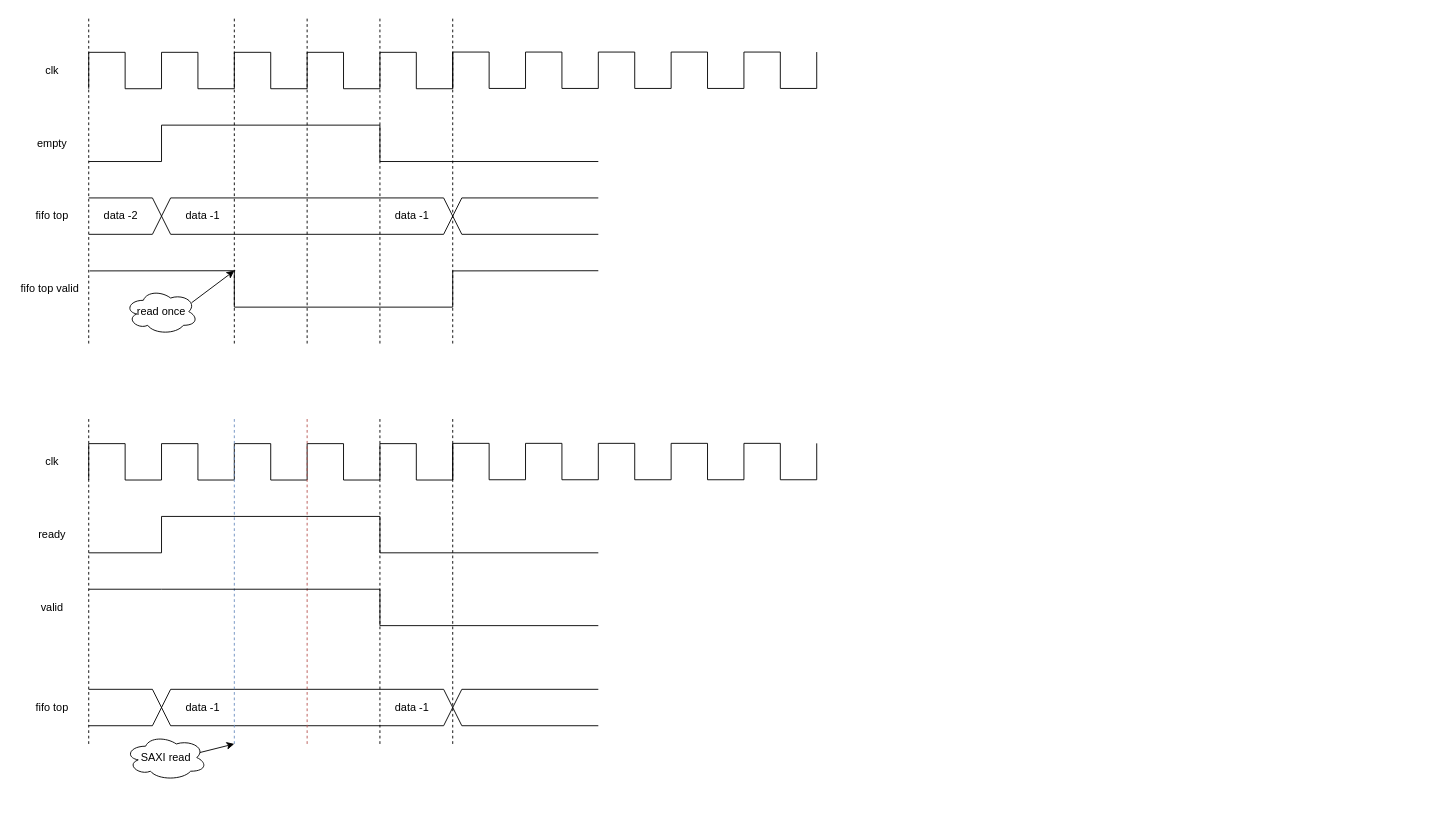
georgia-tech-synergy-lab/AcceleratorNoC keeps this draw.io diagram as page "FIFO control" (2 of 2) of presentation/diagram/diagram.drawio. Above is the earlier version. Source tidied: cells renumbered, new cells numbered last; positions are measured from the earlier drawing's top-left corner, leaving out a move shared by most shapes. Both pictures are drawn from the tidied source at 91%, with x=0, y=0 at pixel (15, 15).
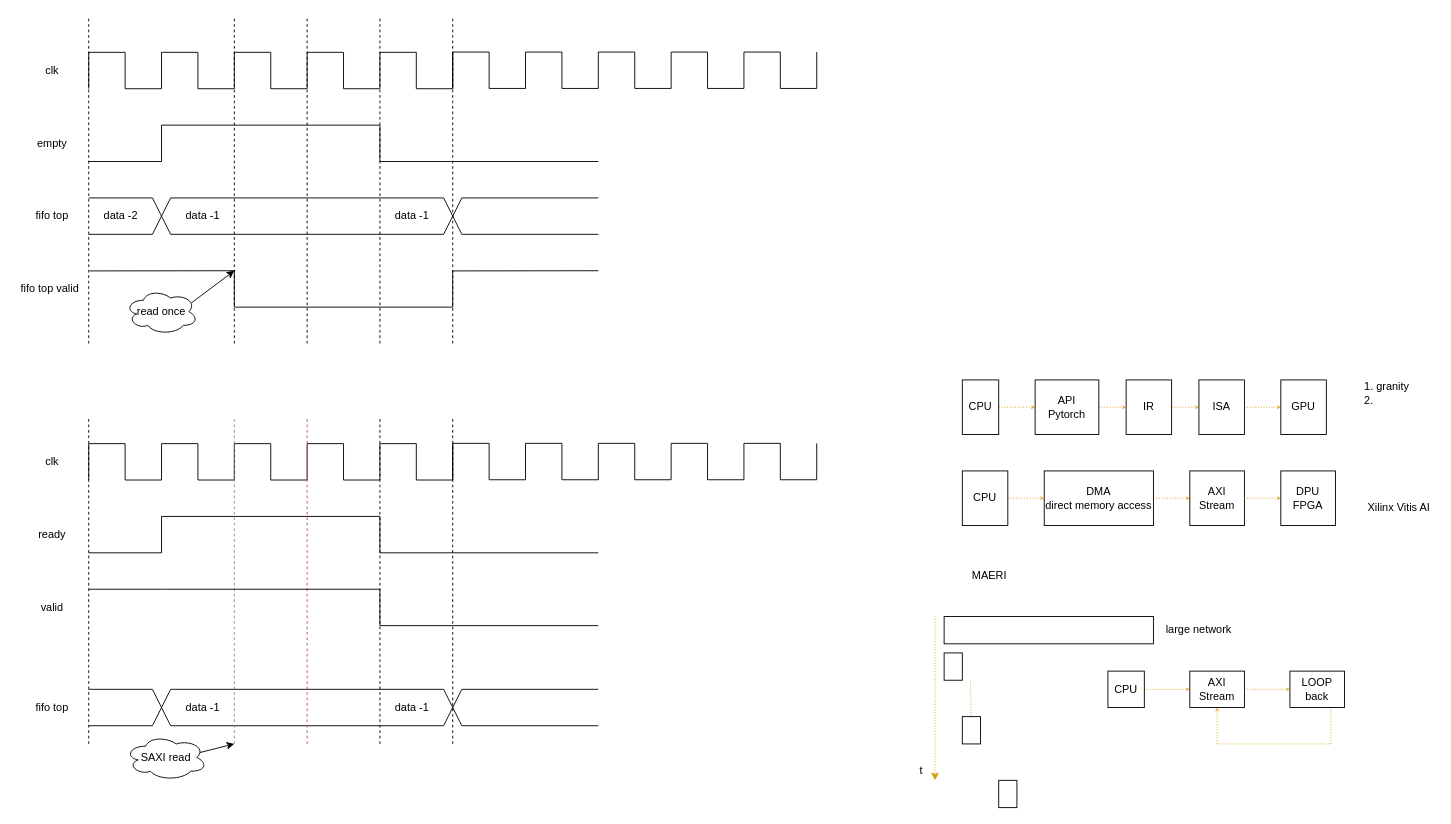
The same page after the edit.

What changed in the source:
```diff
@@
+    <mxCell id="152" style="edgeStyle=none;rounded=0;jettySize=auto;html=1;exitX=1;exitY=0.5;exitDx=0;exitDy=0;entryX=0;entryY=0.5;entryDx=0;entryDy=0;dashed=1;dashPattern=1 2;endArrow=open;endFill=0;endSize=2;strokeColor=#d79b00;" parent="1" edge="1" source="153" target="177">
+      <mxGeometry relative="1" as="geometry" />
+    </mxCell>
+    <mxCell id="153" value="DMA&lt;br&gt;direct memory access" style="rounded=0;whiteSpace=wrap;html=1;strokeColor=#000000;fillColor=none;" parent="1" vertex="1">
+      <mxGeometry x="1130" y="500" width="120" height="60" as="geometry" />
+    </mxCell>
+    <mxCell id="154" value="DPU&lt;br&gt;FPGA" style="rounded=0;whiteSpace=wrap;html=1;strokeColor=#000000;fillColor=none;" parent="1" vertex="1">
+      <mxGeometry x="1390" y="500" width="60" height="60" as="geometry" />
+    </mxCell>
+    <mxCell id="155" style="edgeStyle=none;rounded=0;jettySize=auto;html=1;exitX=1;exitY=0.5;exitDx=0;exitDy=0;entryX=0;entryY=0.5;entryDx=0;entryDy=0;dashed=1;dashPattern=1 2;endArrow=open;endFill=0;endSize=2;strokeColor=#d79b00;" parent="1" edge="1" source="156" target="153">
+      <mxGeometry relative="1" as="geometry" />
+    </mxCell>
+    <mxCell id="156" value="CPU" style="rounded=0;whiteSpace=wrap;html=1;strokeColor=#000000;fillColor=none;" parent="1" vertex="1">
+      <mxGeometry x="1040" y="500" width="50" height="60" as="geometry" />
+    </mxCell>
+    <mxCell id="157" style="rounded=0;whiteSpace=wrap;html=1;strokeColor=#000000;fillColor=none;" parent="1" vertex="1">
+      <mxGeometry x="1020" y="660" width="230" height="30" as="geometry" />
+    </mxCell>
+    <mxCell id="158" style="rounded=0;whiteSpace=wrap;html=1;strokeColor=#000000;fillColor=none;" parent="1" vertex="1">
+      <mxGeometry x="1020" y="700" width="20" height="30" as="geometry" />
+    </mxCell>
+    <mxCell id="159" style="rounded=0;whiteSpace=wrap;html=1;strokeColor=#000000;fillColor=none;" parent="1" vertex="1">
+      <mxGeometry x="1040" y="770" width="20" height="30" as="geometry" />
+    </mxCell>
+    <mxCell id="160" style="endArrow=classic;html=1;dashed=1;dashPattern=1 2;strokeColor=#d79b00;" parent="1" edge="1">
+      <mxGeometry relative="1" as="geometry">
+        <mxPoint x="1010" y="660" as="sourcePoint" />
+        <mxPoint x="1010" y="840" as="targetPoint" />
+      </mxGeometry>
+    </mxCell>
+    <mxCell id="161" style="endArrow=none;html=1;dashed=1;dashPattern=1 2;strokeColor=#d79b00;" parent="1" edge="1">
+      <mxGeometry relative="1" as="geometry">
+        <mxPoint x="1049.8" y="769" as="sourcePoint" />
+        <mxPoint x="1049" y="732" as="targetPoint" />
+      </mxGeometry>
+    </mxCell>
+    <mxCell id="162" value="t" style="text;html=1;strokeColor=none;fillColor=none;align=center;verticalAlign=middle;whiteSpace=wrap;rounded=0;" parent="1" vertex="1">
+      <mxGeometry x="990" y="820" width="10" height="20" as="geometry" />
+    </mxCell>
+    <mxCell id="163" value="large network" style="text;html=1;strokeColor=none;fillColor=none;align=center;verticalAlign=middle;whiteSpace=wrap;rounded=0;" parent="1" vertex="1">
+      <mxGeometry x="1260" y="665" width="80" height="20" as="geometry" />
+    </mxCell>
+    <mxCell id="164" style="rounded=0;whiteSpace=wrap;html=1;strokeColor=#000000;fillColor=none;" parent="1" vertex="1">
+      <mxGeometry x="1080" y="840" width="20" height="30" as="geometry" />
+    </mxCell>
+    <mxCell id="165" value="GPU" style="rounded=0;whiteSpace=wrap;html=1;strokeColor=#000000;fillColor=none;" parent="1" vertex="1">
+      <mxGeometry x="1390" y="400" width="50" height="60" as="geometry" />
+    </mxCell>
+    <mxCell id="166" style="edgeStyle=none;rounded=0;jettySize=auto;html=1;exitX=1;exitY=0.5;exitDx=0;exitDy=0;entryX=0;entryY=0.5;entryDx=0;entryDy=0;dashed=1;dashPattern=1 2;endArrow=open;endFill=0;endSize=2;strokeColor=#d79b00;" parent="1" edge="1" source="173" target="165">
+      <mxGeometry relative="1" as="geometry" />
+    </mxCell>
+    <mxCell id="167" style="edgeStyle=none;rounded=0;jettySize=auto;html=1;dashed=1;dashPattern=1 2;endArrow=open;endFill=0;endSize=2;strokeColor=#d79b00;" parent="1" edge="1" source="168" target="170">
+      <mxGeometry relative="1" as="geometry" />
+    </mxCell>
+    <mxCell id="168" value="CPU" style="rounded=0;whiteSpace=wrap;html=1;strokeColor=#000000;fillColor=none;" parent="1" vertex="1">
+      <mxGeometry x="1040" y="400" width="40" height="60" as="geometry" />
+    </mxCell>
+    <mxCell id="169" style="edgeStyle=none;rounded=0;jettySize=auto;html=1;exitX=1;exitY=0.5;exitDx=0;exitDy=0;dashed=1;dashPattern=1 2;endArrow=open;endFill=0;endSize=2;strokeColor=#d79b00;entryX=0;entryY=0.5;entryDx=0;entryDy=0;" parent="1" edge="1" source="170" target="172">
+      <mxGeometry relative="1" as="geometry" />
+    </mxCell>
+    <mxCell id="170" value="API&lt;br&gt;Pytorch" style="rounded=0;whiteSpace=wrap;html=1;strokeColor=#000000;fillColor=none;" parent="1" vertex="1">
+      <mxGeometry x="1120" y="400" width="70" height="60" as="geometry" />
+    </mxCell>
+    <mxCell id="171" style="edgeStyle=none;rounded=0;jettySize=auto;html=1;exitX=1;exitY=0.5;exitDx=0;exitDy=0;entryX=0;entryY=0.5;entryDx=0;entryDy=0;dashed=1;dashPattern=1 2;endArrow=open;endFill=0;endSize=2;strokeColor=#d79b00;" parent="1" edge="1" source="172" target="173">
+      <mxGeometry relative="1" as="geometry" />
+    </mxCell>
+    <mxCell id="172" value="IR" style="rounded=0;whiteSpace=wrap;html=1;strokeColor=#000000;fillColor=none;" parent="1" vertex="1">
+      <mxGeometry x="1220" y="400" width="50" height="60" as="geometry" />
+    </mxCell>
+    <mxCell id="173" value="ISA" style="rounded=0;whiteSpace=wrap;html=1;strokeColor=#000000;fillColor=none;" parent="1" vertex="1">
+      <mxGeometry x="1300" y="400" width="50" height="60" as="geometry" />
+    </mxCell>
+    <mxCell id="174" value="1. granity&lt;br&gt;2.&amp;nbsp;" style="text;html=1;strokeColor=none;fillColor=none;align=left;verticalAlign=middle;whiteSpace=wrap;rounded=0;" parent="1" vertex="1">
+      <mxGeometry x="1480" y="400" width="80" height="30" as="geometry" />
+    </mxCell>
+    <mxCell id="175" value="Xilinx Vitis AI" style="text;html=1;strokeColor=none;fillColor=none;align=center;verticalAlign=middle;whiteSpace=wrap;rounded=0;" parent="1" vertex="1">
+      <mxGeometry x="1480" y="525" width="80" height="30" as="geometry" />
+    </mxCell>
+    <mxCell id="176" value="MAERI" style="text;html=1;strokeColor=none;fillColor=none;align=center;verticalAlign=middle;whiteSpace=wrap;rounded=0;" parent="1" vertex="1">
+      <mxGeometry x="1040" y="600" width="60" height="30" as="geometry" />
+    </mxCell>
+    <mxCell id="177" value="AXI&lt;br&gt;Stream" style="rounded=0;whiteSpace=wrap;html=1;strokeColor=#000000;fillColor=none;" parent="1" vertex="1">
+      <mxGeometry x="1290" y="500" width="60" height="60" as="geometry" />
+    </mxCell>
+    <mxCell id="178" style="edgeStyle=none;rounded=0;orthogonalLoop=1;jettySize=auto;html=1;exitX=1;exitY=0.5;exitDx=0;exitDy=0;dashed=1;dashPattern=1 2;endArrow=open;endFill=0;endSize=2;strokeColor=#d79b00;" parent="1" edge="1">
+      <mxGeometry relative="1" as="geometry">
+        <mxPoint x="1350" y="529.8" as="sourcePoint" />
+        <mxPoint x="1390" y="530" as="targetPoint" />
+      </mxGeometry>
+    </mxCell>
+    <mxCell id="179" style="edgeStyle=none;rounded=0;jettySize=auto;html=1;exitX=1;exitY=0.5;exitDx=0;exitDy=0;entryX=0;entryY=0.5;entryDx=0;entryDy=0;dashed=1;dashPattern=1 2;endArrow=open;endFill=0;endSize=2;strokeColor=#d79b00;" parent="1" edge="1" source="180" target="182">
+      <mxGeometry relative="1" as="geometry" />
+    </mxCell>
+    <mxCell id="180" value="AXI&lt;br&gt;Stream" style="rounded=0;whiteSpace=wrap;html=1;strokeColor=#000000;fillColor=none;" parent="1" vertex="1">
+      <mxGeometry x="1290" y="720" width="60" height="40" as="geometry" />
+    </mxCell>
+    <mxCell id="181" style="edgeStyle=none;rounded=0;jettySize=auto;html=1;exitX=0.75;exitY=1;exitDx=0;exitDy=0;entryX=0.5;entryY=1;entryDx=0;entryDy=0;dashed=1;dashPattern=1 2;endArrow=open;endFill=0;endSize=2;strokeColor=#d79b00;" parent="1" edge="1" source="182" target="180">
+      <mxGeometry relative="1" as="geometry">
+        <Array as="points">
+          <mxPoint x="1445" y="800" />
+          <mxPoint x="1380" y="800" />
+          <mxPoint x="1320" y="800" />
+        </Array>
+      </mxGeometry>
+    </mxCell>
+    <mxCell id="182" value="LOOP&lt;br&gt;back" style="rounded=0;whiteSpace=wrap;html=1;strokeColor=#000000;fillColor=none;" parent="1" vertex="1">
+      <mxGeometry x="1400" y="720" width="60" height="40" as="geometry" />
+    </mxCell>
+    <mxCell id="183" style="edgeStyle=none;rounded=0;jettySize=auto;html=1;dashed=1;dashPattern=1 2;endArrow=open;endFill=0;endSize=2;strokeColor=#d79b00;" parent="1" edge="1" source="184" target="180">
+      <mxGeometry relative="1" as="geometry" />
+    </mxCell>
+    <mxCell id="184" value="CPU" style="rounded=0;whiteSpace=wrap;html=1;strokeColor=#000000;fillColor=none;" parent="1" vertex="1">
+      <mxGeometry x="1200" y="720" width="40" height="40" as="geometry" />
+    </mxCell>
```
